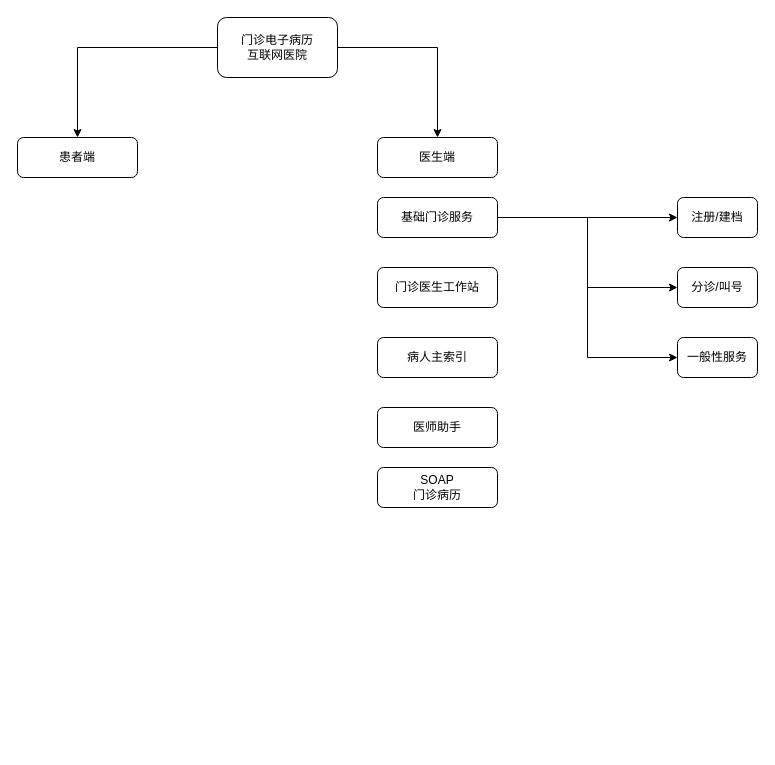
Before: page "总架构" (1 of 2) of draws/门诊电子病历互联网医院设计.drawio in hebzhjg/ntl2020, a draw.io diagram. Source tidied: cells renumbered, new cells numbered last; positions are measured from the earlier drawing's top-left corner, leaving out a move shared by most shapes. Both pictures are drawn from the tidied source at 100%, with x=0, y=0 at pixel (17, 17).
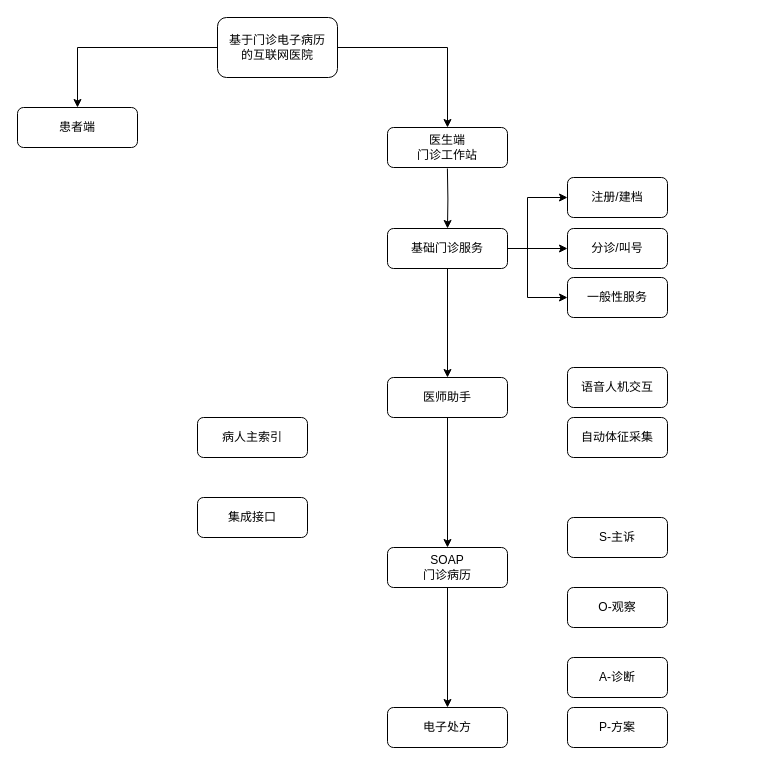
The same page after the edit.

What changed in the source:
```diff
@@
-    <mxCell id="4" value="门诊电子病历&lt;br&gt;互联网医院" style="rounded=1;whiteSpace=wrap;html=1;" parent="1" vertex="1">
+    <mxCell id="4" value="基于门诊电子病历&lt;br&gt;的互联网医院" style="rounded=1;whiteSpace=wrap;html=1;" parent="1" vertex="1">
       <mxGeometry x="200" width="120" height="60" as="geometry" />
     </mxCell>
     <mxCell id="5" value="患者端" style="rounded=1;whiteSpace=wrap;html=1;" parent="1" vertex="1">
-      <mxGeometry y="120" width="120" height="40" as="geometry" />
+      <mxGeometry y="90" width="120" height="40" as="geometry" />
     </mxCell>
+    <mxCell id="18" style="edgeStyle=orthogonalEdgeStyle;rounded=0;jettySize=auto;html=1;entryX=0.5;entryY=0;entryDx=0;entryDy=0;" parent="1" edge="1" target="17">
+      <mxGeometry relative="1" as="geometry">
+        <mxPoint x="429.9" y="151" as="sourcePoint" />
+      </mxGeometry>
+    </mxCell>
-    <mxCell id="6" value="医生端" style="rounded=1;whiteSpace=wrap;html=1;" parent="1" vertex="1">
-      <mxGeometry x="360" y="120" width="120" height="40" as="geometry" />
+    <mxCell id="6" value="医生端&lt;br&gt;门诊工作站" style="rounded=1;whiteSpace=wrap;html=1;" parent="1" vertex="1">
+      <mxGeometry x="370" y="110" width="120" height="40" as="geometry" />
     </mxCell>
-    <mxCell id="7" value="门诊医生工作站" style="rounded=1;whiteSpace=wrap;html=1;" parent="1" vertex="1">
-      <mxGeometry x="360" y="250" width="120" height="40" as="geometry" />
-    </mxCell>
+    <mxCell id="11" value="病人主索引" style="rounded=1;whiteSpace=wrap;html=1;" parent="1" vertex="1">
+      <mxGeometry x="180" y="400" width="110" height="40" as="geometry" />
+    </mxCell>
+    <mxCell id="19" style="edgeStyle=orthogonalEdgeStyle;rounded=0;jettySize=auto;html=1;" parent="1" edge="1" source="12" target="13">
+      <mxGeometry relative="1" as="geometry" />
+    </mxCell>
+    <mxCell id="12" value="医师助手" style="rounded=1;whiteSpace=wrap;html=1;" parent="1" vertex="1">
+      <mxGeometry x="370" y="360" width="120" height="40" as="geometry" />
+    </mxCell>
+    <mxCell id="20" style="edgeStyle=orthogonalEdgeStyle;rounded=0;jettySize=auto;html=1;entryX=0.5;entryY=0;entryDx=0;entryDy=0;" parent="1" edge="1" source="13" target="21">
+      <mxGeometry relative="1" as="geometry" />
+    </mxCell>
+    <mxCell id="13" value="SOAP&lt;br&gt;门诊病历" style="rounded=1;whiteSpace=wrap;html=1;" parent="1" vertex="1">
+      <mxGeometry x="370" y="530" width="120" height="40" as="geometry" />
+    </mxCell>
+    <mxCell id="21" value="电子处方" style="rounded=1;whiteSpace=wrap;html=1;" parent="1" vertex="1">
+      <mxGeometry x="370" y="690" width="120" height="40" as="geometry" />
+    </mxCell>
     <mxCell id="8" value="分诊/叫号" style="rounded=1;whiteSpace=wrap;html=1;" parent="1" vertex="1">
-      <mxGeometry x="660" y="250" width="80" height="40" as="geometry" />
+      <mxGeometry x="550" y="211" width="100" height="40" as="geometry" />
     </mxCell>
     <mxCell id="9" value="注册/建档" style="rounded=1;whiteSpace=wrap;html=1;" parent="1" vertex="1">
-      <mxGeometry x="660" y="180" width="80" height="40" as="geometry" />
+      <mxGeometry x="550" y="160" width="100" height="40" as="geometry" />
     </mxCell>
     <mxCell id="10" value="一般性服务" style="rounded=1;whiteSpace=wrap;html=1;" parent="1" vertex="1">
-      <mxGeometry x="660" y="320" width="80" height="40" as="geometry" />
+      <mxGeometry x="550" y="260" width="100" height="40" as="geometry" />
     </mxCell>
-    <mxCell id="11" value="病人主索引" style="rounded=1;whiteSpace=wrap;html=1;" parent="1" vertex="1">
-      <mxGeometry x="360" y="320" width="120" height="40" as="geometry" />
-    </mxCell>
-    <mxCell id="12" value="医师助手" style="rounded=1;whiteSpace=wrap;html=1;" parent="1" vertex="1">
-      <mxGeometry x="360" y="390" width="120" height="40" as="geometry" />
-    </mxCell>
-    <mxCell id="13" value="SOAP&lt;br&gt;门诊病历" style="rounded=1;whiteSpace=wrap;html=1;" parent="1" vertex="1">
-      <mxGeometry x="360" y="450" width="120" height="40" as="geometry" />
-    </mxCell>
-    <mxCell id="14" style="edgeStyle=orthogonalEdgeStyle;rounded=0;jettySize=auto;html=1;" parent="1" edge="1" source="17" target="9">
-      <mxGeometry relative="1" as="geometry" />
+    <mxCell id="14" style="edgeStyle=orthogonalEdgeStyle;rounded=0;jettySize=auto;html=1;entryX=0;entryY=0.5;entryDx=0;entryDy=0;" parent="1" edge="1" source="17" target="9">
+      <mxGeometry relative="1" as="geometry">
+        <Array as="points">
+          <mxPoint x="510" y="231" />
+          <mxPoint x="510" y="180" />
+        </Array>
+      </mxGeometry>
     </mxCell>
@@
     <mxCell id="16" style="edgeStyle=orthogonalEdgeStyle;rounded=0;jettySize=auto;html=1;entryX=0;entryY=0.5;entryDx=0;entryDy=0;" parent="1" edge="1" source="17" target="10">
-      <mxGeometry relative="1" as="geometry" />
+      <mxGeometry relative="1" as="geometry">
+        <Array as="points">
+          <mxPoint x="510" y="231" />
+          <mxPoint x="510" y="280" />
+        </Array>
+      </mxGeometry>
     </mxCell>
+    <mxCell id="22" style="edgeStyle=orthogonalEdgeStyle;rounded=0;jettySize=auto;html=1;entryX=0.5;entryY=0;entryDx=0;entryDy=0;" parent="1" edge="1" source="17" target="12">
+      <mxGeometry relative="1" as="geometry" />
+    </mxCell>
     <mxCell id="17" value="基础门诊服务" style="rounded=1;whiteSpace=wrap;html=1;" parent="1" vertex="1">
-      <mxGeometry x="360" y="180" width="120" height="40" as="geometry" />
+      <mxGeometry x="370" y="211" width="120" height="40" as="geometry" />
     </mxCell>
+    <mxCell id="23" value="集成接口" style="rounded=1;whiteSpace=wrap;html=1;" parent="1" vertex="1">
+      <mxGeometry x="180" y="480" width="110" height="40" as="geometry" />
+    </mxCell>
+    <mxCell id="24" value="语音人机交互" style="rounded=1;whiteSpace=wrap;html=1;" parent="1" vertex="1">
+      <mxGeometry x="550" y="350" width="100" height="40" as="geometry" />
+    </mxCell>
+    <mxCell id="25" value="自动体征采集" style="rounded=1;whiteSpace=wrap;html=1;" parent="1" vertex="1">
+      <mxGeometry x="550" y="400" width="100" height="40" as="geometry" />
+    </mxCell>
+    <mxCell id="26" value="S-主诉" style="rounded=1;whiteSpace=wrap;html=1;" parent="1" vertex="1">
+      <mxGeometry x="550" y="500" width="100" height="40" as="geometry" />
+    </mxCell>
+    <mxCell id="27" value="O-观察" style="rounded=1;whiteSpace=wrap;html=1;" parent="1" vertex="1">
+      <mxGeometry x="550" y="570" width="100" height="40" as="geometry" />
+    </mxCell>
+    <mxCell id="28" value="A-诊断" style="rounded=1;whiteSpace=wrap;html=1;" parent="1" vertex="1">
+      <mxGeometry x="550" y="640" width="100" height="40" as="geometry" />
+    </mxCell>
+    <mxCell id="29" value="P-方案" style="rounded=1;whiteSpace=wrap;html=1;" parent="1" vertex="1">
+      <mxGeometry x="550" y="690" width="100" height="40" as="geometry" />
+    </mxCell>
```
